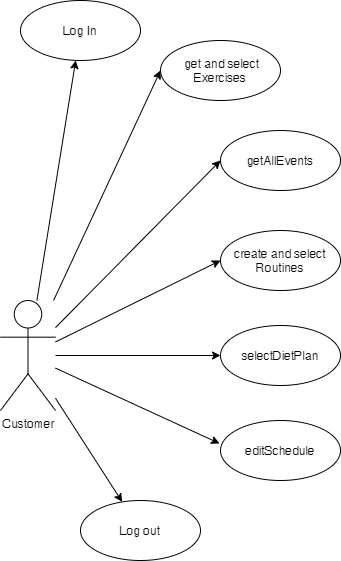
This is Diagrams/UML/UseCases/Customer.png from renttrent/Techengers, a draw.io export, as it was before one commit. Source tidied: cells renumbered, new cells last; positions are measured from the earlier drawing's top-left corner, leaving out a move shared by most shapes.
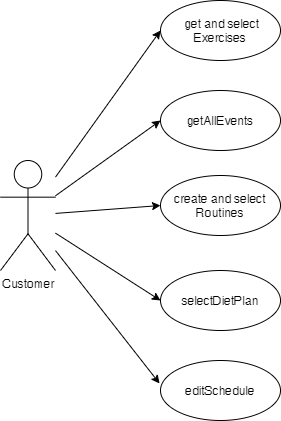
The same diagram one commit later.

Diff of the diagram source:
```diff
@@ -2,9 +2,6 @@
   <root>
     <mxCell id="0" />
     <mxCell id="1" parent="0" />
-    <mxCell id="2" style="rounded=0;jettySize=auto;html=1;" parent="1" edge="1" source="9" target="10">
-      <mxGeometry relative="1" as="geometry" />
-    </mxCell>
     <mxCell id="3" style="edgeStyle=none;rounded=0;jettySize=auto;html=1;entryX=0;entryY=0.5;entryDx=0;entryDy=0;" parent="1" edge="1" source="9" target="11">
       <mxGeometry relative="1" as="geometry" />
     </mxCell>
@@ -20,32 +17,23 @@
     <mxCell id="7" style="edgeStyle=none;rounded=0;jettySize=auto;html=1;entryX=-0.008;entryY=0.383;entryDx=0;entryDy=0;entryPerimeter=0;" parent="1" edge="1" source="9" target="15">
       <mxGeometry relative="1" as="geometry" />
     </mxCell>
-    <mxCell id="8" style="edgeStyle=none;rounded=0;jettySize=auto;html=1;" parent="1" edge="1" source="9" target="16">
-      <mxGeometry relative="1" as="geometry" />
-    </mxCell>
     <mxCell id="9" value="Customer" style="shape=umlActor;verticalLabelPosition=bottom;verticalAlign=top;html=1;outlineConnect=0;" parent="1" vertex="1">
       <mxGeometry y="300" width="55" height="110" as="geometry" />
     </mxCell>
-    <mxCell id="10" value="Log In" style="ellipse;whiteSpace=wrap;html=1;" parent="1" vertex="1">
-      <mxGeometry x="20" width="120" height="60" as="geometry" />
-    </mxCell>
     <mxCell id="11" value="&amp;nbsp;get and select Exercises" style="ellipse;whiteSpace=wrap;html=1;" parent="1" vertex="1">
-      <mxGeometry x="160" y="40" width="120" height="60" as="geometry" />
+      <mxGeometry x="160" y="140" width="120" height="60" as="geometry" />
     </mxCell>
     <mxCell id="12" value="getAllEvents" style="ellipse;whiteSpace=wrap;html=1;" parent="1" vertex="1">
-      <mxGeometry x="220" y="130" width="120" height="60" as="geometry" />
+      <mxGeometry x="160" y="230" width="120" height="60" as="geometry" />
     </mxCell>
     <mxCell id="13" value="create and select Routines" style="ellipse;whiteSpace=wrap;html=1;" parent="1" vertex="1">
-      <mxGeometry x="220" y="230" width="120" height="60" as="geometry" />
+      <mxGeometry x="160" y="315" width="120" height="60" as="geometry" />
     </mxCell>
     <mxCell id="14" value="selectDietPlan" style="ellipse;whiteSpace=wrap;html=1;" parent="1" vertex="1">
-      <mxGeometry x="220" y="325" width="120" height="60" as="geometry" />
+      <mxGeometry x="160" y="410" width="120" height="60" as="geometry" />
     </mxCell>
     <mxCell id="15" value="editSchedule" style="ellipse;whiteSpace=wrap;html=1;" parent="1" vertex="1">
-      <mxGeometry x="220" y="420" width="120" height="60" as="geometry" />
+      <mxGeometry x="160" y="500" width="120" height="60" as="geometry" />
     </mxCell>
-    <mxCell id="16" value="Log out" style="ellipse;whiteSpace=wrap;html=1;" parent="1" vertex="1">
-      <mxGeometry x="80" y="500" width="120" height="60" as="geometry" />
-    </mxCell>
   </root>
 </mxGraphModel>
```
